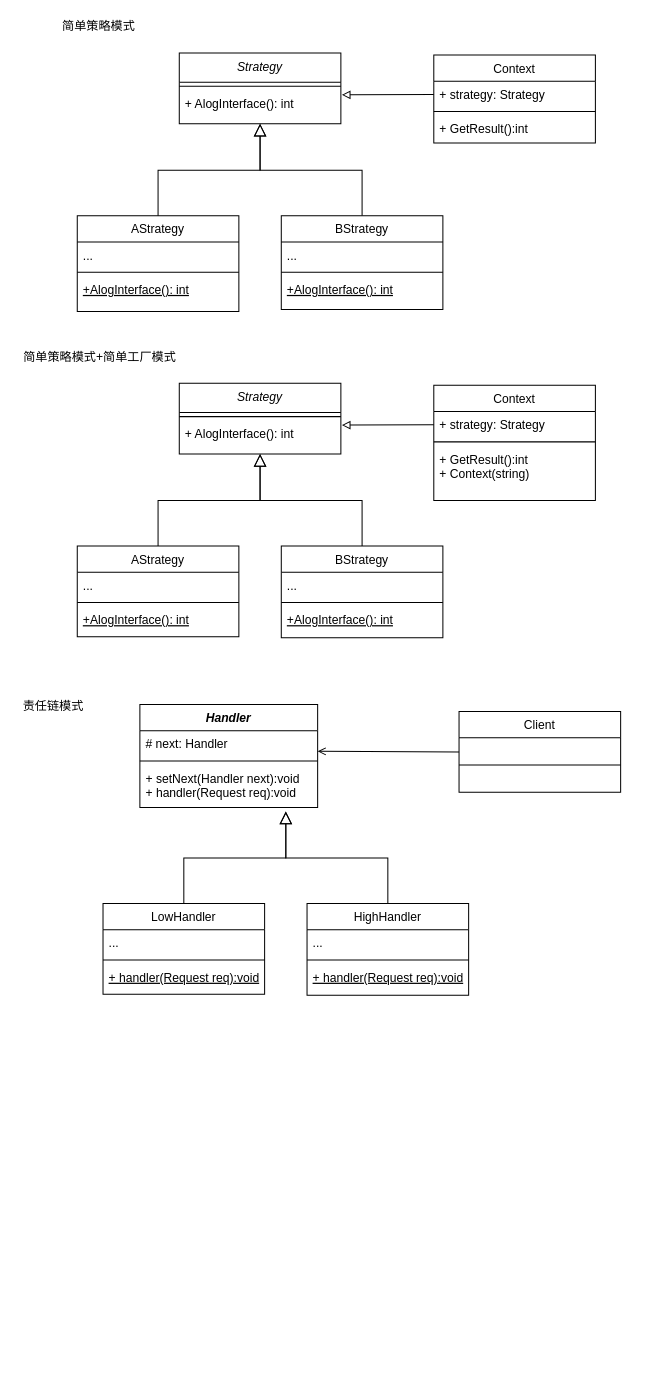
Before: pattern/设计模式.drawio in guozhaoxin/learning-notes, a draw.io diagram. Source tidied: cells renumbered, new cells numbered last; positions are measured from the earlier drawing's top-left corner, leaving out a move shared by most shapes. Both pictures are drawn from the tidied source at 101%, with x=0, y=0 at pixel (17, 17).
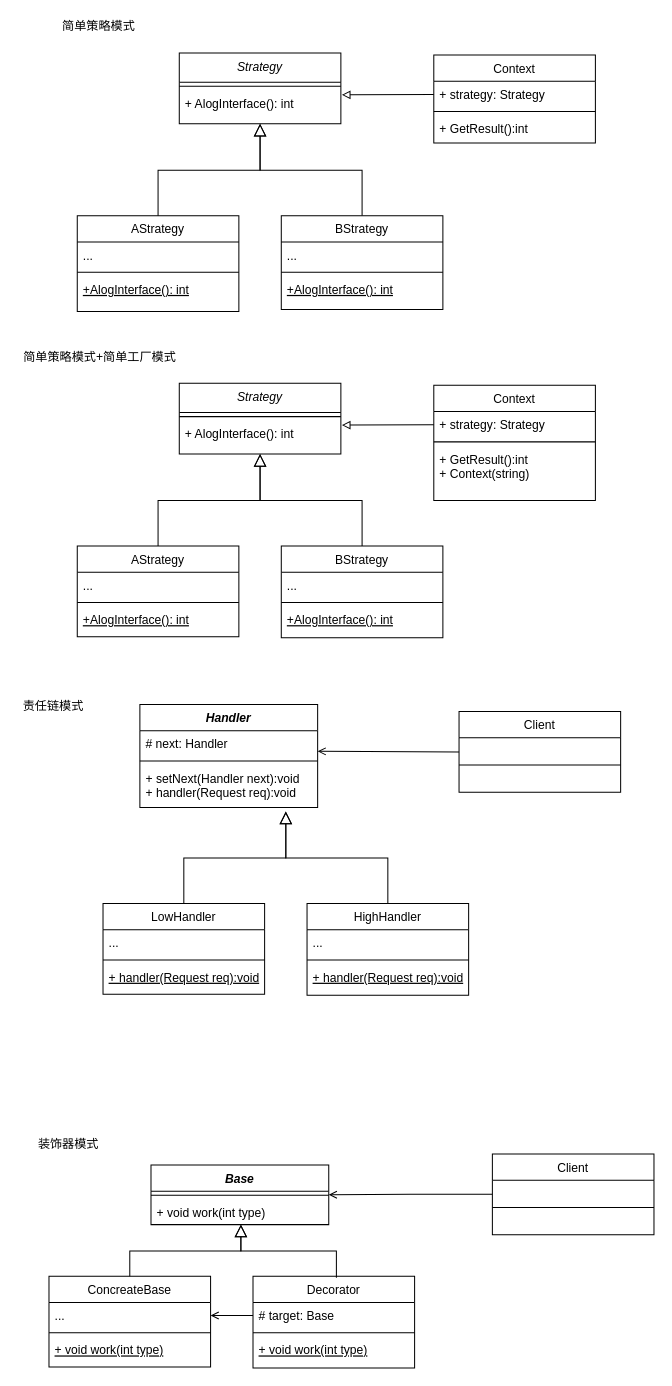
The same diagram, later.

Diff of the diagram source:
```diff
@@
+    <mxCell id="58" value="Base" style="swimlane;fontStyle=3;align=center;verticalAlign=top;horizontal=1;startSize=26;swimlaneFillColor=default;" parent="1" vertex="1">
+      <mxGeometry x="132" y="1136" width="176" height="59" as="geometry" />
+    </mxCell>
+    <mxCell id="59" style="line;strokeWidth=1;fillColor=none;align=left;verticalAlign=middle;spacingTop=-1;spacingLeft=3;spacingRight=3;labelPosition=right;" parent="58" vertex="1">
+      <mxGeometry y="26" width="176" height="8" as="geometry" />
+    </mxCell>
+    <mxCell id="60" value="+ void work(int type)" style="text;strokeColor=none;fillColor=none;align=left;verticalAlign=top;spacingLeft=4;spacingRight=4;overflow=hidden;" parent="58" vertex="1">
+      <mxGeometry y="34" width="176" height="25" as="geometry" />
+    </mxCell>
+    <mxCell id="61" value="装饰器模式" style="text;html=1;align=center;verticalAlign=middle;strokeColor=none;fillColor=none;" parent="1" vertex="1">
+      <mxGeometry x="14.5" y="1107" width="70" height="18" as="geometry" />
+    </mxCell>
+    <mxCell id="62" value="ConcreateBase" style="swimlane;fontStyle=0;align=center;verticalAlign=top;horizontal=1;startSize=26;rounded=0;shadow=0;strokeWidth=1;" parent="1" vertex="1">
+      <mxGeometry x="31" y="1246" width="160" height="90" as="geometry" />
+    </mxCell>
+    <mxCell id="63" value="..." style="text;align=left;verticalAlign=top;spacingLeft=4;spacingRight=4;overflow=hidden;points=[[0,0.5],[1,0.5]];portConstraint=eastwest;" parent="62" vertex="1">
+      <mxGeometry y="26" width="160" height="26" as="geometry" />
+    </mxCell>
+    <mxCell id="64" style="line;html=1;strokeWidth=1;align=left;verticalAlign=middle;spacingTop=-1;spacingLeft=3;spacingRight=3;labelPosition=right;" parent="62" vertex="1">
+      <mxGeometry y="52" width="160" height="8" as="geometry" />
+    </mxCell>
+    <mxCell id="65" value="+ void work(int type)" style="text;align=left;verticalAlign=top;spacingLeft=4;spacingRight=4;overflow=hidden;fontStyle=4;" parent="62" vertex="1">
+      <mxGeometry y="60" width="160" height="26" as="geometry" />
+    </mxCell>
+    <mxCell id="66" value="Decorator" style="swimlane;fontStyle=0;align=center;verticalAlign=top;horizontal=1;startSize=26;rounded=0;shadow=0;strokeWidth=1;" parent="1" vertex="1">
+      <mxGeometry x="233" y="1246" width="160" height="91" as="geometry" />
+    </mxCell>
+    <mxCell id="67" value="# target: Base" style="text;align=left;verticalAlign=top;spacingLeft=4;spacingRight=4;overflow=hidden;points=[[0,0.5],[1,0.5]];portConstraint=eastwest;" parent="66" vertex="1">
+      <mxGeometry y="26" width="160" height="26" as="geometry" />
+    </mxCell>
+    <mxCell id="68" style="line;html=1;strokeWidth=1;align=left;verticalAlign=middle;spacingTop=-1;spacingLeft=3;spacingRight=3;labelPosition=right;" parent="66" vertex="1">
+      <mxGeometry y="52" width="160" height="8" as="geometry" />
+    </mxCell>
+    <mxCell id="69" value="+ void work(int type)" style="text;align=left;verticalAlign=top;spacingLeft=4;spacingRight=4;overflow=hidden;fontStyle=4;" parent="66" vertex="1">
+      <mxGeometry y="60" width="160" height="26" as="geometry" />
+    </mxCell>
+    <mxCell id="70" style="endArrow=block;endSize=10;endFill=0;shadow=0;strokeWidth=1;rounded=0;edgeStyle=elbowEdgeStyle;elbow=vertical;" parent="1" edge="1">
+      <mxGeometry relative="1" as="geometry">
+        <mxPoint x="111" y="1246" as="sourcePoint" />
+        <mxPoint x="221" y="1195" as="targetPoint" />
+        <Array as="points">
+          <mxPoint x="191" y="1221" />
+        </Array>
+      </mxGeometry>
+    </mxCell>
+    <mxCell id="71" style="endArrow=block;endSize=10;endFill=0;shadow=0;strokeWidth=1;rounded=0;edgeStyle=elbowEdgeStyle;elbow=vertical;exitX=0.516;exitY=0.018;exitDx=0;exitDy=0;exitPerimeter=0;" parent="1" edge="1" source="66">
+      <mxGeometry relative="1" as="geometry">
+        <mxPoint x="221" y="1195" as="targetPoint" />
+        <Array as="points">
+          <mxPoint x="268" y="1221" />
+        </Array>
+      </mxGeometry>
+    </mxCell>
+    <mxCell id="72" style="endArrow=open;html=1;rounded=0;exitX=0;exitY=0.5;exitDx=0;exitDy=0;entryX=1;entryY=0.5;entryDx=0;entryDy=0;endFill=0;" parent="1" edge="1" source="67" target="63">
+      <mxGeometry relative="1" as="geometry" />
+    </mxCell>
+    <mxCell id="73" style="edgeStyle=orthogonalEdgeStyle;rounded=0;jettySize=auto;html=1;exitX=0;exitY=0.5;exitDx=0;exitDy=0;entryX=1;entryY=0.5;entryDx=0;entryDy=0;endArrow=open;endFill=0;" parent="1" edge="1" source="74" target="58">
+      <mxGeometry relative="1" as="geometry" />
+    </mxCell>
+    <mxCell id="74" value="Client" style="swimlane;fontStyle=0;align=center;verticalAlign=top;horizontal=1;startSize=26;rounded=0;shadow=0;strokeWidth=1;" parent="1" vertex="1">
+      <mxGeometry x="470" y="1125" width="160" height="80" as="geometry" />
+    </mxCell>
+    <mxCell id="75" style="line;html=1;strokeWidth=1;align=left;verticalAlign=middle;spacingTop=-1;spacingLeft=3;spacingRight=3;labelPosition=right;" parent="74" vertex="1">
+      <mxGeometry y="26" width="160" height="54" as="geometry" />
+    </mxCell>
```
